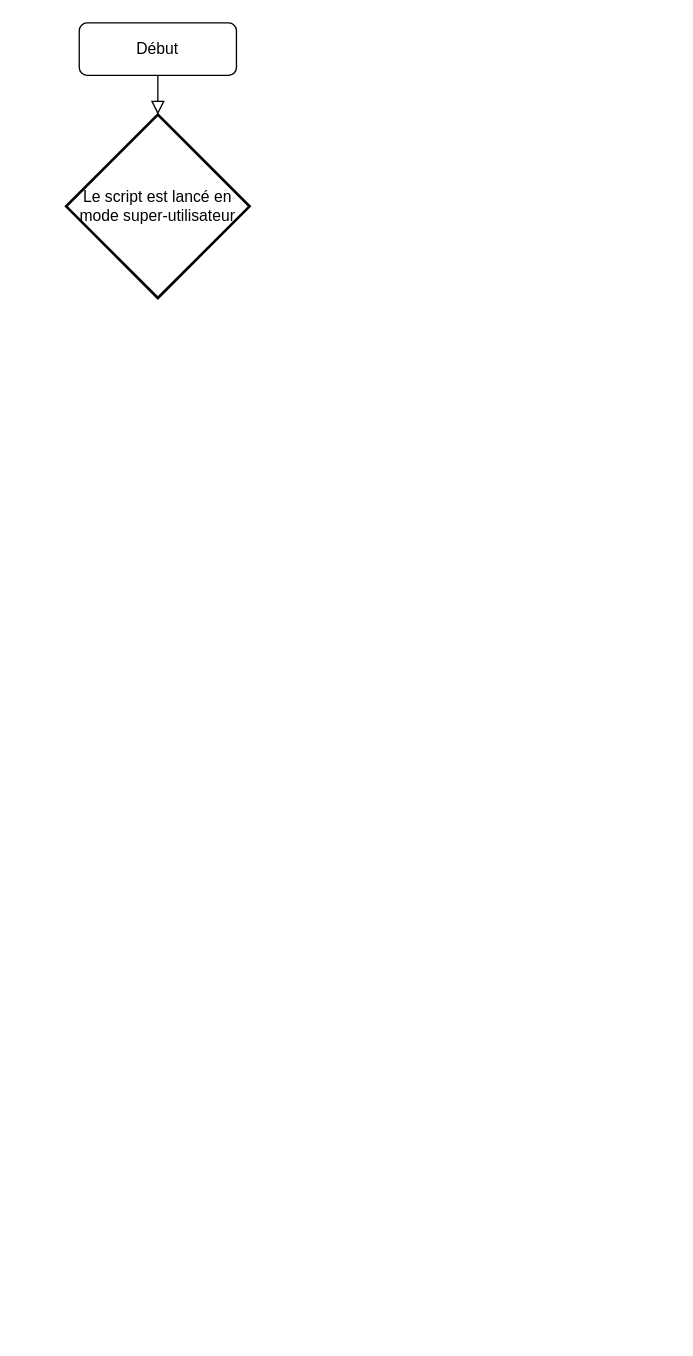
This is Graphiques/Fonctions/CheckArgs.drawio from DimitriObeid/Linux-reinstall, a draw.io file, before an edit. Source tidied: cells renumbered, new cells numbered last; positions are measured from the earlier drawing's top-left corner, leaving out a move shared by most shapes. Both pictures are drawn from the tidied source at 131%, with x=0, y=0 at pixel (66, 22).
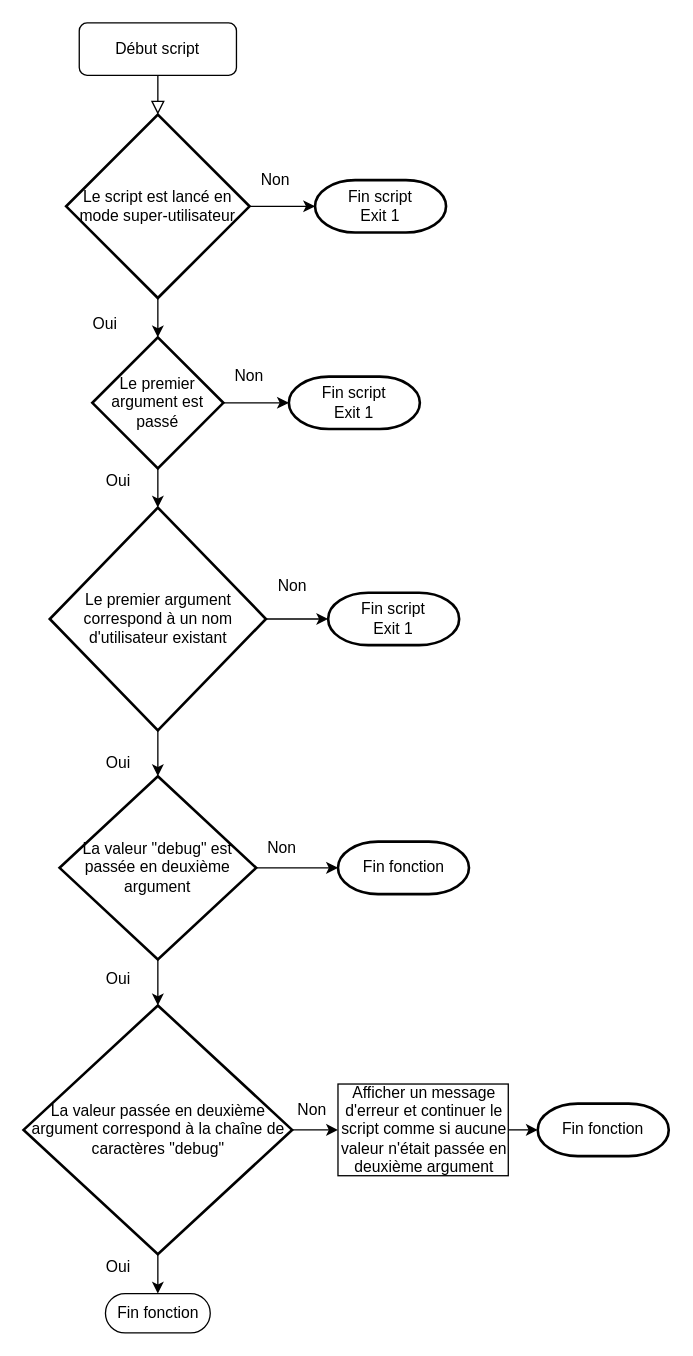
The same diagram, later.

Commit message:
Finition de la fonction CheckArgs

Unchanged cells that the change refers to:
```xml
<mxCell id="4" value="Le script est&amp;nbsp;lancé en mode super-utilisateur" style="strokeWidth=2;html=1;shape=mxgraph.flowchart.decision;whiteSpace=wrap;" parent="1" vertex="1">
  <mxGeometry y="70" width="140" height="140" as="geometry" />
</mxCell>
```

Diff of the diagram source:
```diff
@@
-    <mxCell id="3" value="Début" style="rounded=1;whiteSpace=wrap;html=1;fontSize=12;glass=0;strokeWidth=1;shadow=0;" parent="1" vertex="1">
+    <mxCell id="3" value="Début script" style="rounded=1;whiteSpace=wrap;html=1;fontSize=12;glass=0;strokeWidth=1;shadow=0;" parent="1" vertex="1">
       <mxGeometry x="10" width="120" height="40" as="geometry" />
     </mxCell>
+    <mxCell id="5" style="edgeStyle=orthogonalEdgeStyle;rounded=0;jettySize=auto;html=1;exitX=1;exitY=0.5;exitDx=0;exitDy=0;exitPerimeter=0;entryX=0;entryY=0.5;entryDx=0;entryDy=0;entryPerimeter=0;" parent="1" edge="1" source="4" target="7">
+      <mxGeometry relative="1" as="geometry" />
+    </mxCell>
+    <mxCell id="6" style="edgeStyle=orthogonalEdgeStyle;rounded=0;jettySize=auto;html=1;exitX=0.5;exitY=1;exitDx=0;exitDy=0;exitPerimeter=0;entryX=0.5;entryY=0;entryDx=0;entryDy=0;entryPerimeter=0;" parent="1" edge="1" source="4" target="10">
+      <mxGeometry relative="1" as="geometry" />
+    </mxCell>
@@
+    <mxCell id="7" value="Fin script&lt;br&gt;Exit 1" style="strokeWidth=2;html=1;shape=mxgraph.flowchart.terminator;whiteSpace=wrap;" parent="1" vertex="1">
+      <mxGeometry x="190" y="120" width="100" height="40" as="geometry" />
+    </mxCell>
+    <mxCell id="8" value="Non" style="text;html=1;strokeColor=none;fillColor=none;align=center;verticalAlign=middle;whiteSpace=wrap;rounded=0;" parent="1" vertex="1">
+      <mxGeometry x="140" y="110" width="40" height="20" as="geometry" />
+    </mxCell>
+    <mxCell id="9" style="edgeStyle=orthogonalEdgeStyle;rounded=0;jettySize=auto;html=1;exitX=0.5;exitY=1;exitDx=0;exitDy=0;exitPerimeter=0;entryX=0.5;entryY=0;entryDx=0;entryDy=0;entryPerimeter=0;" parent="1" edge="1" source="10" target="17">
+      <mxGeometry relative="1" as="geometry" />
+    </mxCell>
+    <mxCell id="10" value="Le premier argument est passé" style="strokeWidth=2;html=1;shape=mxgraph.flowchart.decision;whiteSpace=wrap;" parent="1" vertex="1">
+      <mxGeometry x="20" y="240" width="100" height="100" as="geometry" />
+    </mxCell>
+    <mxCell id="11" value="Oui" style="text;html=1;strokeColor=none;fillColor=none;align=center;verticalAlign=middle;whiteSpace=wrap;rounded=0;" parent="1" vertex="1">
+      <mxGeometry x="10" y="220" width="40" height="20" as="geometry" />
+    </mxCell>
+    <mxCell id="12" style="edgeStyle=orthogonalEdgeStyle;rounded=0;jettySize=auto;html=1;entryX=0;entryY=0.5;entryDx=0;entryDy=0;entryPerimeter=0;exitX=1;exitY=0.5;exitDx=0;exitDy=0;exitPerimeter=0;" parent="1" edge="1" source="10" target="13">
+      <mxGeometry relative="1" as="geometry" />
+    </mxCell>
+    <mxCell id="13" value="Fin script&lt;br&gt;Exit 1" style="strokeWidth=2;html=1;shape=mxgraph.flowchart.terminator;whiteSpace=wrap;" parent="1" vertex="1">
+      <mxGeometry x="170" y="270" width="100" height="40" as="geometry" />
+    </mxCell>
+    <mxCell id="14" value="Non" style="text;html=1;strokeColor=none;fillColor=none;align=center;verticalAlign=middle;whiteSpace=wrap;rounded=0;" parent="1" vertex="1">
+      <mxGeometry x="120" y="260" width="40" height="20" as="geometry" />
+    </mxCell>
+    <mxCell id="15" value="Oui" style="text;html=1;strokeColor=none;fillColor=none;align=center;verticalAlign=middle;whiteSpace=wrap;rounded=0;" parent="1" vertex="1">
+      <mxGeometry x="20" y="340" width="40" height="20" as="geometry" />
+    </mxCell>
+    <mxCell id="16" style="edgeStyle=orthogonalEdgeStyle;rounded=0;jettySize=auto;html=1;exitX=0.5;exitY=1;exitDx=0;exitDy=0;exitPerimeter=0;entryX=0.5;entryY=0;entryDx=0;entryDy=0;entryPerimeter=0;" parent="1" edge="1" source="17" target="22">
+      <mxGeometry relative="1" as="geometry" />
+    </mxCell>
+    <mxCell id="17" value="Le premier argument correspond à un nom d'utilisateur existant" style="strokeWidth=2;html=1;shape=mxgraph.flowchart.decision;whiteSpace=wrap;" parent="1" vertex="1">
+      <mxGeometry x="-12.5" y="370" width="165" height="170" as="geometry" />
+    </mxCell>
+    <mxCell id="18" style="edgeStyle=orthogonalEdgeStyle;rounded=0;jettySize=auto;html=1;entryX=0;entryY=0.5;entryDx=0;entryDy=0;entryPerimeter=0;exitX=1;exitY=0.5;exitDx=0;exitDy=0;exitPerimeter=0;" parent="1" edge="1" source="17" target="19">
+      <mxGeometry relative="1" as="geometry" />
+    </mxCell>
+    <mxCell id="19" value="Fin script&lt;br&gt;Exit 1" style="strokeWidth=2;html=1;shape=mxgraph.flowchart.terminator;whiteSpace=wrap;" parent="1" vertex="1">
+      <mxGeometry x="200" y="435" width="100" height="40" as="geometry" />
+    </mxCell>
+    <mxCell id="20" value="Non" style="text;html=1;strokeColor=none;fillColor=none;align=center;verticalAlign=middle;whiteSpace=wrap;rounded=0;" parent="1" vertex="1">
+      <mxGeometry x="152.5" y="420" width="40" height="20" as="geometry" />
+    </mxCell>
+    <mxCell id="21" style="edgeStyle=orthogonalEdgeStyle;rounded=0;jettySize=auto;html=1;exitX=0.5;exitY=1;exitDx=0;exitDy=0;exitPerimeter=0;entryX=0.5;entryY=0;entryDx=0;entryDy=0;entryPerimeter=0;" parent="1" edge="1" source="22" target="29">
+      <mxGeometry relative="1" as="geometry" />
+    </mxCell>
+    <mxCell id="22" value="La valeur &quot;debug&quot; est passée en deuxième argument" style="strokeWidth=2;html=1;shape=mxgraph.flowchart.decision;whiteSpace=wrap;" parent="1" vertex="1">
+      <mxGeometry x="-5" y="575" width="150" height="140" as="geometry" />
+    </mxCell>
+    <mxCell id="23" style="edgeStyle=orthogonalEdgeStyle;rounded=0;jettySize=auto;html=1;entryX=0;entryY=0.5;entryDx=0;entryDy=0;entryPerimeter=0;exitX=1;exitY=0.5;exitDx=0;exitDy=0;exitPerimeter=0;" parent="1" edge="1" source="22" target="24">
+      <mxGeometry relative="1" as="geometry" />
+    </mxCell>
+    <mxCell id="24" value="Fin fonction" style="strokeWidth=2;html=1;shape=mxgraph.flowchart.terminator;whiteSpace=wrap;" parent="1" vertex="1">
+      <mxGeometry x="207.5" y="625" width="100" height="40" as="geometry" />
+    </mxCell>
+    <mxCell id="25" value="Non" style="text;html=1;strokeColor=none;fillColor=none;align=center;verticalAlign=middle;whiteSpace=wrap;rounded=0;" parent="1" vertex="1">
+      <mxGeometry x="145" y="620" width="40" height="20" as="geometry" />
+    </mxCell>
+    <mxCell id="26" value="Oui" style="text;html=1;strokeColor=none;fillColor=none;align=center;verticalAlign=middle;whiteSpace=wrap;rounded=0;" parent="1" vertex="1">
+      <mxGeometry x="20" y="555" width="40" height="20" as="geometry" />
+    </mxCell>
+    <mxCell id="27" style="edgeStyle=orthogonalEdgeStyle;rounded=0;jettySize=auto;html=1;exitX=1;exitY=0.5;exitDx=0;exitDy=0;exitPerimeter=0;entryX=0;entryY=0.5;entryDx=0;entryDy=0;" parent="1" edge="1" source="29" target="34">
+      <mxGeometry relative="1" as="geometry" />
+    </mxCell>
+    <mxCell id="28" style="edgeStyle=orthogonalEdgeStyle;rounded=0;jettySize=auto;html=1;exitX=0.5;exitY=1;exitDx=0;exitDy=0;exitPerimeter=0;entryX=0.5;entryY=0.5;entryDx=0;entryDy=-15;entryPerimeter=0;" parent="1" edge="1" source="29" target="35">
+      <mxGeometry relative="1" as="geometry" />
+    </mxCell>
+    <mxCell id="29" value="La valeur passée en deuxième argument correspond à la chaîne de caractères &quot;debug&quot;" style="strokeWidth=2;html=1;shape=mxgraph.flowchart.decision;whiteSpace=wrap;" parent="1" vertex="1">
+      <mxGeometry x="-32.5" y="750" width="205" height="190" as="geometry" />
+    </mxCell>
+    <mxCell id="30" value="Fin fonction" style="strokeWidth=2;html=1;shape=mxgraph.flowchart.terminator;whiteSpace=wrap;" parent="1" vertex="1">
+      <mxGeometry x="360" y="825" width="100" height="40" as="geometry" />
+    </mxCell>
+    <mxCell id="31" value="Non" style="text;html=1;strokeColor=none;fillColor=none;align=center;verticalAlign=middle;whiteSpace=wrap;rounded=0;" parent="1" vertex="1">
+      <mxGeometry x="167.5" y="820" width="40" height="20" as="geometry" />
+    </mxCell>
+    <mxCell id="32" value="Oui" style="text;html=1;strokeColor=none;fillColor=none;align=center;verticalAlign=middle;whiteSpace=wrap;rounded=0;" parent="1" vertex="1">
+      <mxGeometry x="20" y="720" width="40" height="20" as="geometry" />
+    </mxCell>
+    <mxCell id="33" style="edgeStyle=orthogonalEdgeStyle;rounded=0;jettySize=auto;html=1;exitX=1;exitY=0.5;exitDx=0;exitDy=0;entryX=0;entryY=0.5;entryDx=0;entryDy=0;entryPerimeter=0;" parent="1" edge="1" source="34" target="30">
+      <mxGeometry relative="1" as="geometry" />
+    </mxCell>
+    <mxCell id="34" value="Afficher un message&lt;br&gt;d'erreur et continuer le&lt;br&gt;script comme si aucune&lt;br&gt;valeur n'était passée en&lt;br&gt;deuxième argument" style="html=1;dashed=0;whitespace=wrap;" parent="1" vertex="1">
+      <mxGeometry x="207.5" y="810" width="130" height="70" as="geometry" />
+    </mxCell>
+    <mxCell id="35" value="Fin fonction" style="html=1;dashed=0;whitespace=wrap;shape=mxgraph.dfd.start;" parent="1" vertex="1">
+      <mxGeometry x="30" y="970" width="80" height="30" as="geometry" />
+    </mxCell>
+    <mxCell id="36" value="Oui" style="text;html=1;strokeColor=none;fillColor=none;align=center;verticalAlign=middle;whiteSpace=wrap;rounded=0;" parent="1" vertex="1">
+      <mxGeometry x="20" y="940" width="40" height="20" as="geometry" />
+    </mxCell>
```
